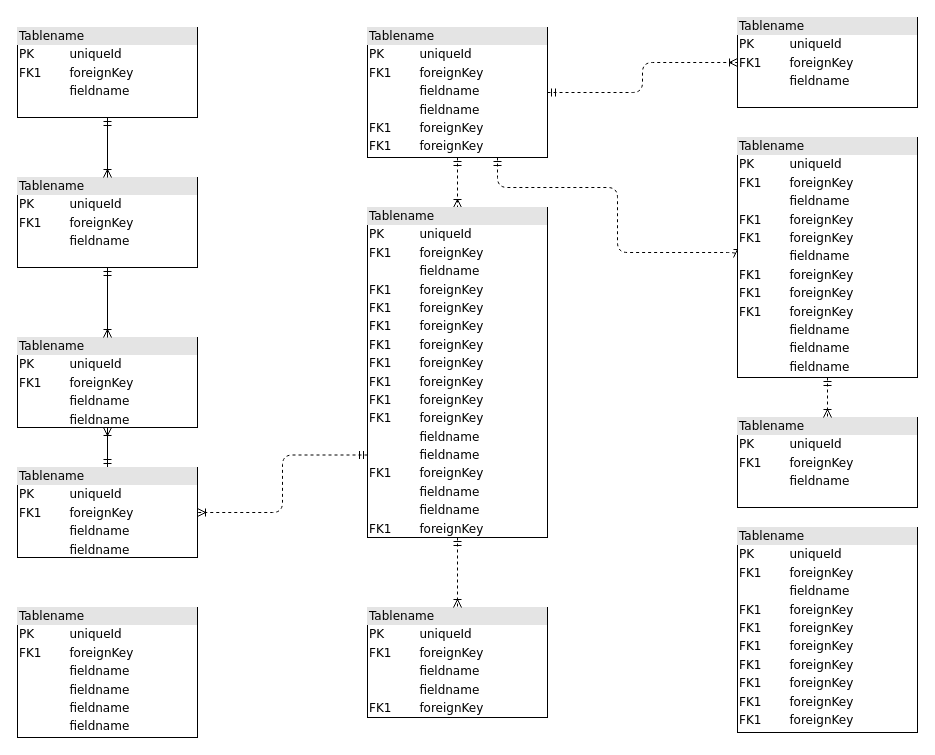
Earlier version of the draw.io diagram Projeto_BD.drawio (Samuel-k276/BD-2025). Source tidied: cells renumbered, new cells numbered last; positions are measured from the earlier drawing's top-left corner, leaving out a move shared by most shapes. Both pictures are drawn from the tidied source at 100%, with x=0, y=0 at pixel (17, 17).
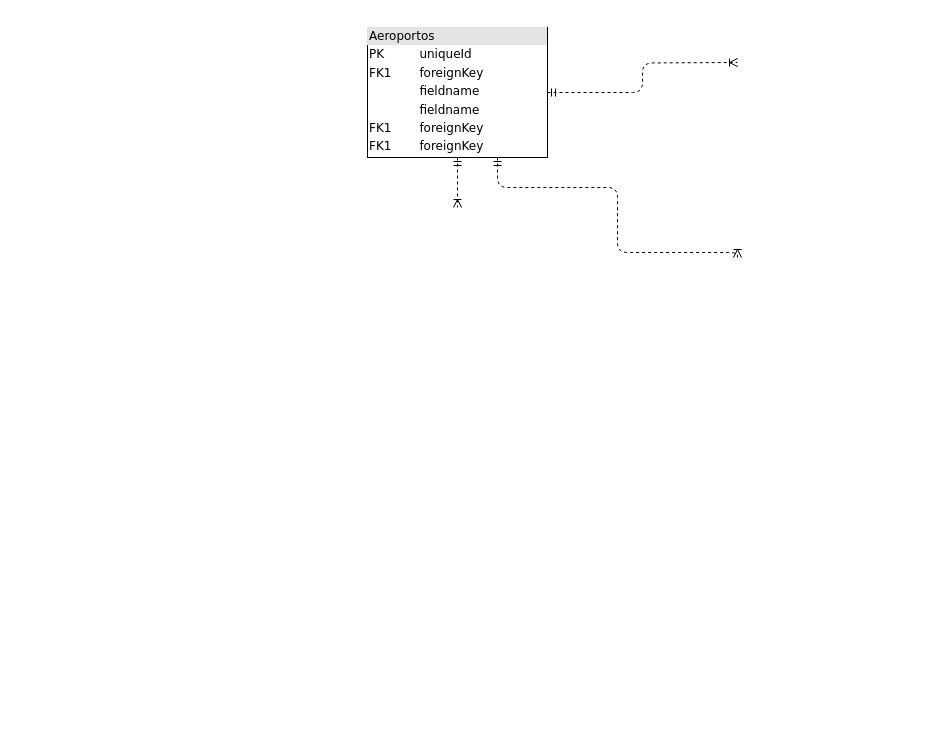
The same diagram, later.

Change to the diagram source:
```diff
@@
-    <mxCell id="2" value="&lt;div style=&quot;box-sizing:border-box;width:100%;background:#e4e4e4;padding:2px;&quot;&gt;Tablename&lt;/div&gt;&lt;table style=&quot;width:100%;font-size:1em;&quot; cellpadding=&quot;2&quot; cellspacing=&quot;0&quot;&gt;&lt;tr&gt;&lt;td&gt;PK&lt;/td&gt;&lt;td&gt;uniqueId&lt;/td&gt;&lt;/tr&gt;&lt;tr&gt;&lt;td&gt;FK1&lt;/td&gt;&lt;td&gt;foreignKey&lt;/td&gt;&lt;/tr&gt;&lt;tr&gt;&lt;td&gt;&lt;/td&gt;&lt;td&gt;fieldname&lt;/td&gt;&lt;/tr&gt;&lt;/table&gt;" style="verticalAlign=top;align=left;overflow=fill;html=1;rounded=0;shadow=0;comic=0;labelBackgroundColor=none;strokeWidth=1;fontFamily=Verdana;fontSize=12;" parent="1" vertex="1">
-      <mxGeometry y="10" width="180" height="90" as="geometry" />
-    </mxCell>
-    <mxCell id="3" style="edgeStyle=orthogonalEdgeStyle;html=1;entryX=0.5;entryY=0;dashed=1;labelBackgroundColor=none;startArrow=ERmandOne;endArrow=ERoneToMany;fontFamily=Verdana;fontSize=12;align=left;" parent="1" edge="1" source="6" target="16">
-      <mxGeometry relative="1" as="geometry" />
+    <mxCell id="3" style="edgeStyle=orthogonalEdgeStyle;html=1;entryX=0.5;entryY=0;dashed=1;labelBackgroundColor=none;startArrow=ERmandOne;endArrow=ERoneToMany;fontFamily=Verdana;fontSize=12;align=left;" parent="1" edge="1" source="6">
+      <mxGeometry relative="1" as="geometry">
+        <mxPoint x="440" y="190" as="targetPoint" />
+      </mxGeometry>
     </mxCell>
-    <mxCell id="4" style="edgeStyle=orthogonalEdgeStyle;html=1;dashed=1;labelBackgroundColor=none;startArrow=ERmandOne;endArrow=ERoneToMany;fontFamily=Verdana;fontSize=12;align=left;entryX=0;entryY=0.5;" parent="1" edge="1" source="6" target="19">
+    <mxCell id="4" style="edgeStyle=orthogonalEdgeStyle;html=1;dashed=1;labelBackgroundColor=none;startArrow=ERmandOne;endArrow=ERoneToMany;fontFamily=Verdana;fontSize=12;align=left;entryX=0;entryY=0.5;" parent="1" edge="1" source="6">
       <mxGeometry relative="1" as="geometry">
+        <mxPoint x="720" y="240" as="targetPoint" />
         <Array as="points">
           <mxPoint x="480" y="170" />
           <mxPoint x="600" y="170" />
           <mxPoint x="600" y="235" />
         </Array>
       </mxGeometry>
     </mxCell>
-    <mxCell id="5" style="edgeStyle=orthogonalEdgeStyle;html=1;dashed=1;labelBackgroundColor=none;startArrow=ERmandOne;endArrow=ERoneToMany;fontFamily=Verdana;fontSize=12;align=left;" parent="1" edge="1" source="6" target="20">
-      <mxGeometry relative="1" as="geometry" />
+    <mxCell id="5" style="edgeStyle=orthogonalEdgeStyle;html=1;dashed=1;labelBackgroundColor=none;startArrow=ERmandOne;endArrow=ERoneToMany;fontFamily=Verdana;fontSize=12;align=left;" parent="1" edge="1" source="6">
+      <mxGeometry relative="1" as="geometry">
+        <mxPoint x="720" y="45" as="targetPoint" />
+      </mxGeometry>
     </mxCell>
-    <mxCell id="6" value="&lt;div style=&quot;box-sizing: border-box ; width: 100% ; background: #e4e4e4 ; padding: 2px&quot;&gt;Tablename&lt;/div&gt;&lt;table style=&quot;width: 100% ; font-size: 1em&quot; cellpadding=&quot;2&quot; cellspacing=&quot;0&quot;&gt;&lt;tbody&gt;&lt;tr&gt;&lt;td&gt;PK&lt;/td&gt;&lt;td&gt;uniqueId&lt;/td&gt;&lt;/tr&gt;&lt;tr&gt;&lt;td&gt;FK1&lt;/td&gt;&lt;td&gt;foreignKey&lt;/td&gt;&lt;/tr&gt;&lt;tr&gt;&lt;td&gt;&lt;/td&gt;&lt;td&gt;fieldname&lt;/td&gt;&lt;/tr&gt;&lt;tr&gt;&lt;td&gt;&lt;br&gt;&lt;/td&gt;&lt;td&gt;fieldname&lt;br&gt;&lt;/td&gt;&lt;/tr&gt;&lt;tr&gt;&lt;td&gt;FK1&lt;br&gt;&lt;/td&gt;&lt;td&gt;foreignKey&lt;br&gt;&lt;/td&gt;&lt;/tr&gt;&lt;tr&gt;&lt;td&gt;FK1&lt;br&gt;&lt;/td&gt;&lt;td&gt;foreignKey&lt;br&gt;&lt;/td&gt;&lt;/tr&gt;&lt;/tbody&gt;&lt;/table&gt;" style="verticalAlign=top;align=left;overflow=fill;html=1;rounded=0;shadow=0;comic=0;labelBackgroundColor=none;strokeWidth=1;fontFamily=Verdana;fontSize=12;" parent="1" vertex="1">
+    <mxCell id="6" value="&lt;div style=&quot;box-sizing: border-box; width: 100%; background: rgb(228, 228, 228); padding: 2px;&quot;&gt;Aeroportos&lt;/div&gt;&lt;table style=&quot;width: 100% ; font-size: 1em&quot; cellpadding=&quot;2&quot; cellspacing=&quot;0&quot;&gt;&lt;tbody&gt;&lt;tr&gt;&lt;td&gt;PK&lt;/td&gt;&lt;td&gt;uniqueId&lt;/td&gt;&lt;/tr&gt;&lt;tr&gt;&lt;td&gt;FK1&lt;/td&gt;&lt;td&gt;foreignKey&lt;/td&gt;&lt;/tr&gt;&lt;tr&gt;&lt;td&gt;&lt;/td&gt;&lt;td&gt;fieldname&lt;/td&gt;&lt;/tr&gt;&lt;tr&gt;&lt;td&gt;&lt;br&gt;&lt;/td&gt;&lt;td&gt;fieldname&lt;br&gt;&lt;/td&gt;&lt;/tr&gt;&lt;tr&gt;&lt;td&gt;FK1&lt;br&gt;&lt;/td&gt;&lt;td&gt;foreignKey&lt;br&gt;&lt;/td&gt;&lt;/tr&gt;&lt;tr&gt;&lt;td&gt;FK1&lt;br&gt;&lt;/td&gt;&lt;td&gt;foreignKey&lt;br&gt;&lt;/td&gt;&lt;/tr&gt;&lt;/tbody&gt;&lt;/table&gt;" style="verticalAlign=top;align=left;overflow=fill;html=1;rounded=0;shadow=0;comic=0;labelBackgroundColor=none;strokeWidth=1;fontFamily=Verdana;fontSize=12;" parent="1" vertex="1">
       <mxGeometry x="350" y="10" width="180" height="130" as="geometry" />
     </mxCell>
-    <mxCell id="7" style="edgeStyle=orthogonalEdgeStyle;html=1;labelBackgroundColor=none;startArrow=ERmandOne;endArrow=ERoneToMany;fontFamily=Verdana;fontSize=12;align=left;" parent="1" edge="1" source="9" target="10">
-      <mxGeometry relative="1" as="geometry" />
-    </mxCell>
-    <mxCell id="8" style="edgeStyle=orthogonalEdgeStyle;html=1;exitX=0;exitY=0.75;entryX=1;entryY=0.5;dashed=1;labelBackgroundColor=none;startArrow=ERmandOne;endArrow=ERoneToMany;fontFamily=Verdana;fontSize=12;align=left;" parent="1" edge="1" source="16" target="9">
-      <mxGeometry relative="1" as="geometry" />
-    </mxCell>
-    <mxCell id="9" value="&lt;div style=&quot;box-sizing: border-box ; width: 100% ; background: #e4e4e4 ; padding: 2px&quot;&gt;Tablename&lt;/div&gt;&lt;table style=&quot;width: 100% ; font-size: 1em&quot; cellpadding=&quot;2&quot; cellspacing=&quot;0&quot;&gt;&lt;tbody&gt;&lt;tr&gt;&lt;td&gt;PK&lt;/td&gt;&lt;td&gt;uniqueId&lt;/td&gt;&lt;/tr&gt;&lt;tr&gt;&lt;td&gt;FK1&lt;/td&gt;&lt;td&gt;foreignKey&lt;/td&gt;&lt;/tr&gt;&lt;tr&gt;&lt;td&gt;&lt;/td&gt;&lt;td&gt;fieldname&lt;/td&gt;&lt;/tr&gt;&lt;tr&gt;&lt;td&gt;&lt;br&gt;&lt;/td&gt;&lt;td&gt;fieldname&lt;br&gt;&lt;/td&gt;&lt;/tr&gt;&lt;/tbody&gt;&lt;/table&gt;" style="verticalAlign=top;align=left;overflow=fill;html=1;rounded=0;shadow=0;comic=0;labelBackgroundColor=none;strokeWidth=1;fontFamily=Verdana;fontSize=12;" parent="1" vertex="1">
-      <mxGeometry y="450" width="180" height="90" as="geometry" />
-    </mxCell>
-    <mxCell id="10" value="&lt;div style=&quot;box-sizing: border-box ; width: 100% ; background: #e4e4e4 ; padding: 2px&quot;&gt;Tablename&lt;/div&gt;&lt;table style=&quot;width: 100% ; font-size: 1em&quot; cellpadding=&quot;2&quot; cellspacing=&quot;0&quot;&gt;&lt;tbody&gt;&lt;tr&gt;&lt;td&gt;PK&lt;/td&gt;&lt;td&gt;uniqueId&lt;/td&gt;&lt;/tr&gt;&lt;tr&gt;&lt;td&gt;FK1&lt;/td&gt;&lt;td&gt;foreignKey&lt;/td&gt;&lt;/tr&gt;&lt;tr&gt;&lt;td&gt;&lt;/td&gt;&lt;td&gt;fieldname&lt;/td&gt;&lt;/tr&gt;&lt;tr&gt;&lt;td&gt;&lt;br&gt;&lt;/td&gt;&lt;td&gt;fieldname&lt;br&gt;&lt;/td&gt;&lt;/tr&gt;&lt;/tbody&gt;&lt;/table&gt;" style="verticalAlign=top;align=left;overflow=fill;html=1;rounded=0;shadow=0;comic=0;labelBackgroundColor=none;strokeWidth=1;fontFamily=Verdana;fontSize=12;" parent="1" vertex="1">
-      <mxGeometry y="320" width="180" height="90" as="geometry" />
-    </mxCell>
-    <mxCell id="11" style="edgeStyle=orthogonalEdgeStyle;html=1;entryX=0.5;entryY=0;labelBackgroundColor=none;startArrow=ERmandOne;endArrow=ERoneToMany;fontFamily=Verdana;fontSize=12;align=left;" parent="1" edge="1" source="12" target="10">
-      <mxGeometry relative="1" as="geometry" />
-    </mxCell>
-    <mxCell id="12" value="&lt;div style=&quot;box-sizing:border-box;width:100%;background:#e4e4e4;padding:2px;&quot;&gt;Tablename&lt;/div&gt;&lt;table style=&quot;width:100%;font-size:1em;&quot; cellpadding=&quot;2&quot; cellspacing=&quot;0&quot;&gt;&lt;tr&gt;&lt;td&gt;PK&lt;/td&gt;&lt;td&gt;uniqueId&lt;/td&gt;&lt;/tr&gt;&lt;tr&gt;&lt;td&gt;FK1&lt;/td&gt;&lt;td&gt;foreignKey&lt;/td&gt;&lt;/tr&gt;&lt;tr&gt;&lt;td&gt;&lt;/td&gt;&lt;td&gt;fieldname&lt;/td&gt;&lt;/tr&gt;&lt;/table&gt;" style="verticalAlign=top;align=left;overflow=fill;html=1;rounded=0;shadow=0;comic=0;labelBackgroundColor=none;strokeWidth=1;fontFamily=Verdana;fontSize=12;" parent="1" vertex="1">
-      <mxGeometry y="160" width="180" height="90" as="geometry" />
-    </mxCell>
-    <mxCell id="13" value="&lt;div style=&quot;box-sizing: border-box ; width: 100% ; background: #e4e4e4 ; padding: 2px&quot;&gt;Tablename&lt;/div&gt;&lt;table style=&quot;width: 100% ; font-size: 1em&quot; cellpadding=&quot;2&quot; cellspacing=&quot;0&quot;&gt;&lt;tbody&gt;&lt;tr&gt;&lt;td&gt;PK&lt;/td&gt;&lt;td&gt;uniqueId&lt;/td&gt;&lt;/tr&gt;&lt;tr&gt;&lt;td&gt;FK1&lt;/td&gt;&lt;td&gt;foreignKey&lt;/td&gt;&lt;/tr&gt;&lt;tr&gt;&lt;td&gt;&lt;/td&gt;&lt;td&gt;fieldname&lt;/td&gt;&lt;/tr&gt;&lt;tr&gt;&lt;td&gt;FK1&lt;br&gt;&lt;/td&gt;&lt;td&gt;foreignKey&lt;br&gt;&lt;/td&gt;&lt;/tr&gt;&lt;tr&gt;&lt;td&gt;FK1&lt;br&gt;&lt;/td&gt;&lt;td&gt;foreignKey&lt;br&gt;&lt;/td&gt;&lt;/tr&gt;&lt;tr&gt;&lt;td&gt;FK1&lt;br&gt;&lt;/td&gt;&lt;td&gt;foreignKey&lt;br&gt;&lt;/td&gt;&lt;/tr&gt;&lt;tr&gt;&lt;td&gt;FK1&lt;br&gt;&lt;/td&gt;&lt;td&gt;foreignKey&lt;br&gt;&lt;/td&gt;&lt;/tr&gt;&lt;tr&gt;&lt;td&gt;FK1&lt;br&gt;&lt;/td&gt;&lt;td&gt;foreignKey&lt;br&gt;&lt;/td&gt;&lt;/tr&gt;&lt;tr&gt;&lt;td&gt;FK1&lt;br&gt;&lt;/td&gt;&lt;td&gt;foreignKey&lt;br&gt;&lt;/td&gt;&lt;/tr&gt;&lt;tr&gt;&lt;td&gt;FK1&lt;br&gt;&lt;/td&gt;&lt;td&gt;foreignKey&lt;br&gt;&lt;/td&gt;&lt;/tr&gt;&lt;/tbody&gt;&lt;/table&gt;" style="verticalAlign=top;align=left;overflow=fill;html=1;rounded=0;shadow=0;comic=0;labelBackgroundColor=none;strokeWidth=1;fontFamily=Verdana;fontSize=12;" parent="1" vertex="1">
-      <mxGeometry x="720" y="510" width="180" height="205" as="geometry" />
-    </mxCell>
-    <mxCell id="14" value="&lt;div style=&quot;box-sizing: border-box ; width: 100% ; background: #e4e4e4 ; padding: 2px&quot;&gt;Tablename&lt;/div&gt;&lt;table style=&quot;width: 100% ; font-size: 1em&quot; cellpadding=&quot;2&quot; cellspacing=&quot;0&quot;&gt;&lt;tbody&gt;&lt;tr&gt;&lt;td&gt;PK&lt;/td&gt;&lt;td&gt;uniqueId&lt;/td&gt;&lt;/tr&gt;&lt;tr&gt;&lt;td&gt;FK1&lt;/td&gt;&lt;td&gt;foreignKey&lt;/td&gt;&lt;/tr&gt;&lt;tr&gt;&lt;td&gt;&lt;/td&gt;&lt;td&gt;fieldname&lt;/td&gt;&lt;/tr&gt;&lt;tr&gt;&lt;td&gt;&lt;br&gt;&lt;/td&gt;&lt;td&gt;fieldname&lt;br&gt;&lt;/td&gt;&lt;/tr&gt;&lt;tr&gt;&lt;td&gt;FK1&lt;br&gt;&lt;/td&gt;&lt;td&gt;foreignKey&lt;br&gt;&lt;/td&gt;&lt;/tr&gt;&lt;/tbody&gt;&lt;/table&gt;" style="verticalAlign=top;align=left;overflow=fill;html=1;rounded=0;shadow=0;comic=0;labelBackgroundColor=none;strokeWidth=1;fontFamily=Verdana;fontSize=12;" parent="1" vertex="1">
-      <mxGeometry x="350" y="590" width="180" height="110" as="geometry" />
-    </mxCell>
-    <mxCell id="15" style="edgeStyle=orthogonalEdgeStyle;html=1;entryX=0.5;entryY=0;labelBackgroundColor=none;startArrow=ERmandOne;endArrow=ERoneToMany;fontFamily=Verdana;fontSize=12;align=left;dashed=1;" parent="1" edge="1" source="16" target="14">
-      <mxGeometry relative="1" as="geometry" />
-    </mxCell>
-    <mxCell id="16" value="&lt;div style=&quot;box-sizing: border-box ; width: 100% ; background: #e4e4e4 ; padding: 2px&quot;&gt;Tablename&lt;/div&gt;&lt;table style=&quot;width: 100% ; font-size: 1em&quot; cellpadding=&quot;2&quot; cellspacing=&quot;0&quot;&gt;&lt;tbody&gt;&lt;tr&gt;&lt;td&gt;PK&lt;/td&gt;&lt;td&gt;uniqueId&lt;/td&gt;&lt;/tr&gt;&lt;tr&gt;&lt;td&gt;FK1&lt;/td&gt;&lt;td&gt;foreignKey&lt;/td&gt;&lt;/tr&gt;&lt;tr&gt;&lt;td&gt;&lt;/td&gt;&lt;td&gt;fieldname&lt;/td&gt;&lt;/tr&gt;&lt;tr&gt;&lt;td&gt;FK1&lt;br&gt;&lt;/td&gt;&lt;td&gt;foreignKey&lt;br&gt;&lt;/td&gt;&lt;/tr&gt;&lt;tr&gt;&lt;td&gt;FK1&lt;br&gt;&lt;/td&gt;&lt;td&gt;foreignKey&lt;br&gt;&lt;/td&gt;&lt;/tr&gt;&lt;tr&gt;&lt;td&gt;FK1&lt;br&gt;&lt;/td&gt;&lt;td&gt;foreignKey&lt;br&gt;&lt;/td&gt;&lt;/tr&gt;&lt;tr&gt;&lt;td&gt;FK1&lt;br&gt;&lt;/td&gt;&lt;td&gt;foreignKey&lt;br&gt;&lt;/td&gt;&lt;/tr&gt;&lt;tr&gt;&lt;td&gt;FK1&lt;br&gt;&lt;/td&gt;&lt;td&gt;foreignKey&lt;br&gt;&lt;/td&gt;&lt;/tr&gt;&lt;tr&gt;&lt;td&gt;FK1&lt;br&gt;&lt;/td&gt;&lt;td&gt;foreignKey&lt;br&gt;&lt;/td&gt;&lt;/tr&gt;&lt;tr&gt;&lt;td&gt;FK1&lt;br&gt;&lt;/td&gt;&lt;td&gt;foreignKey&lt;br&gt;&lt;/td&gt;&lt;/tr&gt;&lt;tr&gt;&lt;td&gt;FK1&lt;br&gt;&lt;/td&gt;&lt;td&gt;foreignKey&lt;br&gt;&lt;/td&gt;&lt;/tr&gt;&lt;tr&gt;&lt;td&gt;&lt;br&gt;&lt;/td&gt;&lt;td&gt;fieldname&lt;br&gt;&lt;/td&gt;&lt;/tr&gt;&lt;tr&gt;&lt;td&gt;&lt;br&gt;&lt;/td&gt;&lt;td&gt;fieldname&lt;br&gt;&lt;/td&gt;&lt;/tr&gt;&lt;tr&gt;&lt;td&gt;FK1&lt;br&gt;&lt;/td&gt;&lt;td&gt;foreignKey&lt;br&gt;&lt;/td&gt;&lt;/tr&gt;&lt;tr&gt;&lt;td&gt;&lt;br&gt;&lt;/td&gt;&lt;td&gt;fieldname&lt;br&gt;&lt;/td&gt;&lt;/tr&gt;&lt;tr&gt;&lt;td&gt;&lt;br&gt;&lt;/td&gt;&lt;td&gt;fieldname&lt;br&gt;&lt;/td&gt;&lt;/tr&gt;&lt;tr&gt;&lt;td&gt;FK1&lt;br&gt;&lt;/td&gt;&lt;td&gt;foreignKey&lt;br&gt;&lt;/td&gt;&lt;/tr&gt;&lt;/tbody&gt;&lt;/table&gt;" style="verticalAlign=top;align=left;overflow=fill;html=1;rounded=0;shadow=0;comic=0;labelBackgroundColor=none;strokeWidth=1;fontFamily=Verdana;fontSize=12;" parent="1" vertex="1">
-      <mxGeometry x="350" y="190" width="180" height="330" as="geometry" />
-    </mxCell>
-    <mxCell id="17" value="&lt;div style=&quot;box-sizing:border-box;width:100%;background:#e4e4e4;padding:2px;&quot;&gt;Tablename&lt;/div&gt;&lt;table style=&quot;width:100%;font-size:1em;&quot; cellpadding=&quot;2&quot; cellspacing=&quot;0&quot;&gt;&lt;tr&gt;&lt;td&gt;PK&lt;/td&gt;&lt;td&gt;uniqueId&lt;/td&gt;&lt;/tr&gt;&lt;tr&gt;&lt;td&gt;FK1&lt;/td&gt;&lt;td&gt;foreignKey&lt;/td&gt;&lt;/tr&gt;&lt;tr&gt;&lt;td&gt;&lt;/td&gt;&lt;td&gt;fieldname&lt;/td&gt;&lt;/tr&gt;&lt;/table&gt;" style="verticalAlign=top;align=left;overflow=fill;html=1;rounded=0;shadow=0;comic=0;labelBackgroundColor=none;strokeWidth=1;fontFamily=Verdana;fontSize=12;" parent="1" vertex="1">
-      <mxGeometry x="720" y="400" width="180" height="90" as="geometry" />
-    </mxCell>
-    <mxCell id="18" style="edgeStyle=orthogonalEdgeStyle;html=1;entryX=0.5;entryY=0;dashed=1;labelBackgroundColor=none;startArrow=ERmandOne;endArrow=ERoneToMany;fontFamily=Verdana;fontSize=12;align=left;" parent="1" edge="1" source="19" target="17">
-      <mxGeometry relative="1" as="geometry" />
-    </mxCell>
-    <mxCell id="19" value="&lt;div style=&quot;box-sizing: border-box ; width: 100% ; background: #e4e4e4 ; padding: 2px&quot;&gt;Tablename&lt;/div&gt;&lt;table style=&quot;width: 100% ; font-size: 1em&quot; cellpadding=&quot;2&quot; cellspacing=&quot;0&quot;&gt;&lt;tbody&gt;&lt;tr&gt;&lt;td&gt;PK&lt;/td&gt;&lt;td&gt;uniqueId&lt;/td&gt;&lt;/tr&gt;&lt;tr&gt;&lt;td&gt;FK1&lt;/td&gt;&lt;td&gt;foreignKey&lt;/td&gt;&lt;/tr&gt;&lt;tr&gt;&lt;td&gt;&lt;/td&gt;&lt;td&gt;fieldname&lt;/td&gt;&lt;/tr&gt;&lt;tr&gt;&lt;td&gt;FK1&lt;br&gt;&lt;/td&gt;&lt;td&gt;foreignKey&lt;br&gt;&lt;/td&gt;&lt;/tr&gt;&lt;tr&gt;&lt;td&gt;FK1&lt;br&gt;&lt;/td&gt;&lt;td&gt;foreignKey&lt;br&gt;&lt;/td&gt;&lt;/tr&gt;&lt;tr&gt;&lt;td&gt;&lt;br&gt;&lt;/td&gt;&lt;td&gt;fieldname&lt;br&gt;&lt;/td&gt;&lt;/tr&gt;&lt;tr&gt;&lt;td&gt;FK1&lt;br&gt;&lt;/td&gt;&lt;td&gt;foreignKey&lt;br&gt;&lt;/td&gt;&lt;/tr&gt;&lt;tr&gt;&lt;td&gt;FK1&lt;br&gt;&lt;/td&gt;&lt;td&gt;foreignKey&lt;br&gt;&lt;/td&gt;&lt;/tr&gt;&lt;tr&gt;&lt;td&gt;FK1&lt;br&gt;&lt;/td&gt;&lt;td&gt;foreignKey&lt;br&gt;&lt;/td&gt;&lt;/tr&gt;&lt;tr&gt;&lt;td&gt;&lt;br&gt;&lt;/td&gt;&lt;td&gt;fieldname&lt;br&gt;&lt;/td&gt;&lt;/tr&gt;&lt;tr&gt;&lt;td&gt;&lt;br&gt;&lt;/td&gt;&lt;td&gt;fieldname&lt;br&gt;&lt;/td&gt;&lt;/tr&gt;&lt;tr&gt;&lt;td&gt;&lt;br&gt;&lt;/td&gt;&lt;td&gt;fieldname&lt;br&gt;&lt;/td&gt;&lt;/tr&gt;&lt;/tbody&gt;&lt;/table&gt;" style="verticalAlign=top;align=left;overflow=fill;html=1;rounded=0;shadow=0;comic=0;labelBackgroundColor=none;strokeWidth=1;fontFamily=Verdana;fontSize=12;" parent="1" vertex="1">
-      <mxGeometry x="720" y="120" width="180" height="240" as="geometry" />
-    </mxCell>
-    <mxCell id="20" value="&lt;div style=&quot;box-sizing:border-box;width:100%;background:#e4e4e4;padding:2px;&quot;&gt;Tablename&lt;/div&gt;&lt;table style=&quot;width:100%;font-size:1em;&quot; cellpadding=&quot;2&quot; cellspacing=&quot;0&quot;&gt;&lt;tr&gt;&lt;td&gt;PK&lt;/td&gt;&lt;td&gt;uniqueId&lt;/td&gt;&lt;/tr&gt;&lt;tr&gt;&lt;td&gt;FK1&lt;/td&gt;&lt;td&gt;foreignKey&lt;/td&gt;&lt;/tr&gt;&lt;tr&gt;&lt;td&gt;&lt;/td&gt;&lt;td&gt;fieldname&lt;/td&gt;&lt;/tr&gt;&lt;/table&gt;" style="verticalAlign=top;align=left;overflow=fill;html=1;rounded=0;shadow=0;comic=0;labelBackgroundColor=none;strokeWidth=1;fontFamily=Verdana;fontSize=12;" parent="1" vertex="1">
-      <mxGeometry x="720" width="180" height="90" as="geometry" />
-    </mxCell>
-    <mxCell id="21" value="&lt;div style=&quot;box-sizing: border-box ; width: 100% ; background: #e4e4e4 ; padding: 2px&quot;&gt;Tablename&lt;/div&gt;&lt;table style=&quot;width: 100% ; font-size: 1em&quot; cellpadding=&quot;2&quot; cellspacing=&quot;0&quot;&gt;&lt;tbody&gt;&lt;tr&gt;&lt;td&gt;PK&lt;/td&gt;&lt;td&gt;uniqueId&lt;/td&gt;&lt;/tr&gt;&lt;tr&gt;&lt;td&gt;FK1&lt;/td&gt;&lt;td&gt;foreignKey&lt;/td&gt;&lt;/tr&gt;&lt;tr&gt;&lt;td&gt;&lt;/td&gt;&lt;td&gt;fieldname&lt;/td&gt;&lt;/tr&gt;&lt;tr&gt;&lt;td&gt;&lt;br&gt;&lt;/td&gt;&lt;td&gt;fieldname&lt;br&gt;&lt;/td&gt;&lt;/tr&gt;&lt;tr&gt;&lt;td&gt;&lt;br&gt;&lt;/td&gt;&lt;td&gt;fieldname&lt;br&gt;&lt;/td&gt;&lt;/tr&gt;&lt;tr&gt;&lt;td&gt;&lt;br&gt;&lt;/td&gt;&lt;td&gt;fieldname&lt;br&gt;&lt;/td&gt;&lt;/tr&gt;&lt;/tbody&gt;&lt;/table&gt;" style="verticalAlign=top;align=left;overflow=fill;html=1;rounded=0;shadow=0;comic=0;labelBackgroundColor=none;strokeWidth=1;fontFamily=Verdana;fontSize=12;" parent="1" vertex="1">
-      <mxGeometry y="590" width="180" height="130" as="geometry" />
-    </mxCell>
-    <mxCell id="22" style="edgeStyle=orthogonalEdgeStyle;html=1;endArrow=ERoneToMany;startArrow=ERmandOne;labelBackgroundColor=none;fontFamily=Verdana;fontSize=12;align=left;exitX=0.5;exitY=1;entryX=0.5;entryY=0;" parent="1" edge="1" source="2" target="12">
-      <mxGeometry relative="1" as="geometry" />
-    </mxCell>
```
